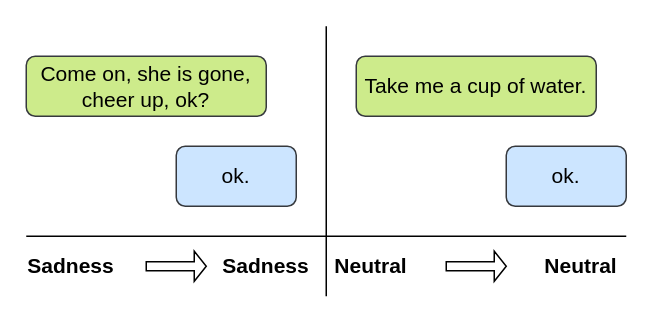
Before: emotionflow_example.drawio in fpcsong/diagram, a draw.io diagram. Source tidied: cells renumbered, new cells numbered last; positions are measured from the earlier drawing's top-left corner, leaving out a move shared by most shapes. Both pictures are drawn from the tidied source at 150%, with x=0, y=0 at pixel (26, 26).
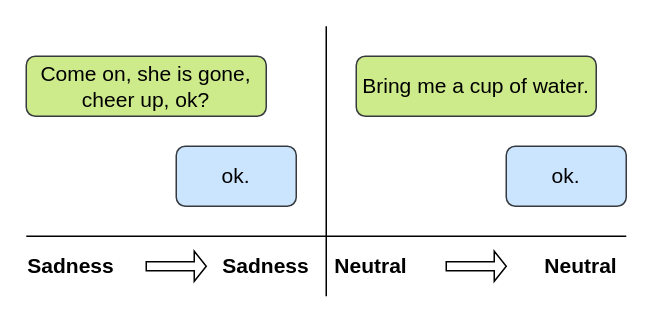
Above is the later version.

Change to the diagram source:
```diff
@@
 <mxGraphModel>
   <root>
     <mxCell id="0" />
     <mxCell id="1" parent="0" />
     <mxCell id="2" value="&lt;font style=&quot;font-size: 14px&quot;&gt;Come on, she is gone, cheer up, ok?&lt;/font&gt;" style="rounded=1;whiteSpace=wrap;html=1;fillColor=#cdeb8b;strokeColor=#36393d;" parent="1" vertex="1">
       <mxGeometry y="20" width="160" height="40" as="geometry" />
     </mxCell>
     <mxCell id="3" value="&lt;font style=&quot;font-size: 14px&quot;&gt;ok.&lt;/font&gt;" style="rounded=1;whiteSpace=wrap;html=1;fillColor=#cce5ff;strokeColor=#36393d;" parent="1" vertex="1">
       <mxGeometry x="100" y="80" width="80" height="40" as="geometry" />
     </mxCell>
-    <mxCell id="4" value="&lt;font style=&quot;font-size: 14px&quot;&gt;Take me a cup of water.&lt;/font&gt;" style="rounded=1;whiteSpace=wrap;html=1;fillColor=#cdeb8b;strokeColor=#36393d;" parent="1" vertex="1">
+    <mxCell id="4" value="&lt;font style=&quot;font-size: 14px&quot;&gt;Bring me a cup of water.&lt;/font&gt;" style="rounded=1;whiteSpace=wrap;html=1;fillColor=#cdeb8b;strokeColor=#36393d;" parent="1" vertex="1">
       <mxGeometry x="220" y="20" width="160" height="40" as="geometry" />
     </mxCell>
     <mxCell id="5" value="&lt;font style=&quot;font-size: 14px&quot;&gt;ok.&lt;/font&gt;" style="rounded=1;whiteSpace=wrap;html=1;fillColor=#cce5ff;strokeColor=#36393d;" parent="1" vertex="1">
       <mxGeometry x="320" y="80" width="80" height="40" as="geometry" />
     </mxCell>
     <mxCell id="6" style="endArrow=none;html=1;" parent="1" edge="1">
       <mxGeometry relative="1" as="geometry">
         <mxPoint x="200" y="180" as="sourcePoint" />
         <mxPoint x="200" as="targetPoint" />
       </mxGeometry>
     </mxCell>
     <mxCell id="7" style="endArrow=none;html=1;" parent="1" edge="1">
       <mxGeometry relative="1" as="geometry">
         <mxPoint y="140" as="sourcePoint" />
         <mxPoint x="400" y="140" as="targetPoint" />
       </mxGeometry>
     </mxCell>
     <mxCell id="8" value="&lt;font style=&quot;font-size: 14px&quot;&gt;&lt;b&gt;Sadness&lt;/b&gt;&lt;/font&gt;" style="text;html=1;strokeColor=none;fillColor=none;align=center;verticalAlign=middle;whiteSpace=wrap;rounded=0;" parent="1" vertex="1">
       <mxGeometry x="10" y="150" width="40" height="20" as="geometry" />
     </mxCell>
     <mxCell id="9" value="&lt;font style=&quot;font-size: 14px&quot;&gt;&lt;b&gt;Sadness&lt;/b&gt;&lt;/font&gt;" style="text;html=1;strokeColor=none;fillColor=none;align=center;verticalAlign=middle;whiteSpace=wrap;rounded=0;" parent="1" vertex="1">
       <mxGeometry x="140" y="150" width="40" height="20" as="geometry" />
     </mxCell>
     <mxCell id="10" value="&lt;font style=&quot;font-size: 14px&quot;&gt;&lt;b&gt;Neutral&lt;/b&gt;&lt;/font&gt;" style="text;html=1;strokeColor=none;fillColor=none;align=center;verticalAlign=middle;whiteSpace=wrap;rounded=0;" parent="1" vertex="1">
       <mxGeometry x="210" y="150" width="40" height="20" as="geometry" />
     </mxCell>
     <mxCell id="11" value="&lt;font style=&quot;font-size: 14px&quot;&gt;&lt;b&gt;Neutral&lt;/b&gt;&lt;/font&gt;" style="text;html=1;strokeColor=none;fillColor=none;align=center;verticalAlign=middle;whiteSpace=wrap;rounded=0;" parent="1" vertex="1">
       <mxGeometry x="350" y="150" width="40" height="20" as="geometry" />
     </mxCell>
     <mxCell id="12" style="shape=singleArrow;whiteSpace=wrap;html=1;" parent="1" vertex="1">
       <mxGeometry x="280" y="150" width="40" height="20" as="geometry" />
     </mxCell>
     <mxCell id="13" style="shape=singleArrow;whiteSpace=wrap;html=1;" parent="1" vertex="1">
       <mxGeometry x="80" y="150" width="40" height="20" as="geometry" />
     </mxCell>
   </root>
 </mxGraphModel>
```
